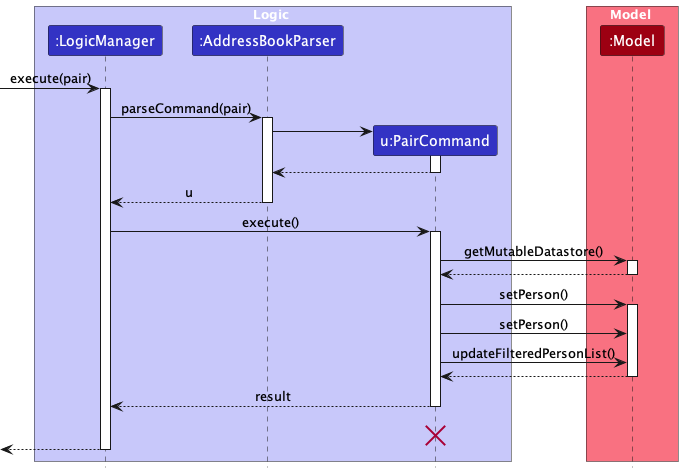
This is docs/images/PairSequenceDiagram-Logic.png from soons1/tp, a PlantUML export, as it was before one commit. Source of this version:
```plantuml
@startuml
!include style.puml
skinparam ArrowFontStyle plain

box Logic LOGIC_COLOR_T1
participant ":LogicManager" as LogicManager LOGIC_COLOR
participant ":AddressBookParser" as AddressBookParser LOGIC_COLOR
participant "u:PairCommand" as PairCommand LOGIC_COLOR
end box

box Model MODEL_COLOR_T1
participant ":Model" as Model MODEL_COLOR
end box
[-> LogicManager : execute(pair)
activate LogicManager

LogicManager -> AddressBookParser : parseCommand(pair)
activate AddressBookParser

create PairCommand
AddressBookParser -> PairCommand
activate PairCommand

PairCommand --> AddressBookParser
deactivate PairCommand

AddressBookParser --> LogicManager : u
deactivate AddressBookParser

LogicManager -> PairCommand : execute()
activate PairCommand

PairCommand -> Model : getMutableDatastore()
activate Model

Model --> PairCommand
deactivate Model

PairCommand -> Model : setPerson()
activate Model
PairCommand -> Model : setPerson()
PairCommand -> Model : updateFilteredPersonList()

Model --> PairCommand
deactivate Model

PairCommand --> LogicManager : result
deactivate PairCommand
PairCommand -[hidden]-> LogicManager : result
destroy PairCommand

[<--LogicManager
deactivate LogicManager
@enduml
```
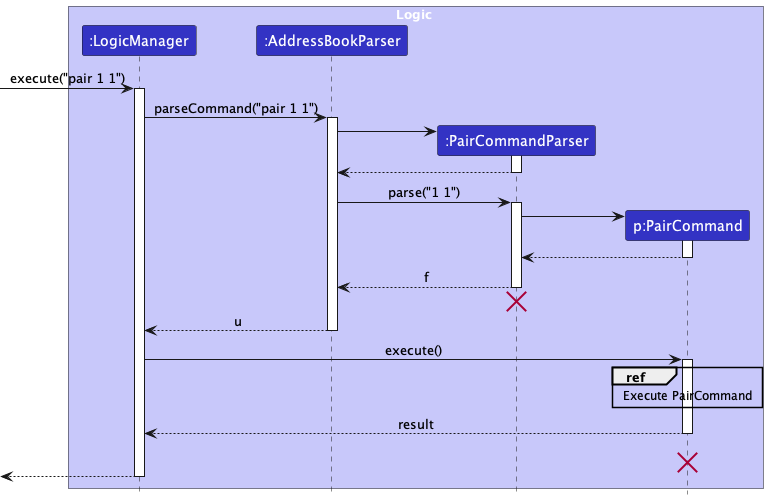
The same file after the commit.

Diff of the diagram source:
```diff
@@ -5,24 +5,36 @@
 box Logic LOGIC_COLOR_T1
 participant ":LogicManager" as LogicManager LOGIC_COLOR
 participant ":AddressBookParser" as AddressBookParser LOGIC_COLOR
-participant "u:PairCommand" as PairCommand LOGIC_COLOR
+participant ":PairCommandParser" as PairCommandParser LOGIC_COLOR
+participant "p:PairCommand" as PairCommand LOGIC_COLOR
 end box
 
-box Model MODEL_COLOR_T1
-participant ":Model" as Model MODEL_COLOR
-end box
-[-> LogicManager : execute(pair)
+[-> LogicManager : execute("pair 1 1")
 activate LogicManager
 
-LogicManager -> AddressBookParser : parseCommand(pair)
+LogicManager -> AddressBookParser : parseCommand("pair 1 1")
 activate AddressBookParser
 
+create PairCommandParser
+AddressBookParser -> PairCommandParser
+activate PairCommandParser
+PairCommandParser --> AddressBookParser
+deactivate PairCommandParser
+
+AddressBookParser -> PairCommandParser : parse("1 1")
+activate PairCommandParser
+
 create PairCommand
-AddressBookParser -> PairCommand
+PairCommandParser -> PairCommand
 activate PairCommand
 
-PairCommand --> AddressBookParser
+PairCommand --> PairCommandParser
 deactivate PairCommand
+
+PairCommandParser --> AddressBookParser : f
+deactivate PairCommandParser
+PairCommandParser -[hidden]-> AddressBookParser
+destroy PairCommandParser
 
 AddressBookParser --> LogicManager : u
 deactivate AddressBookParser
@@ -30,19 +42,9 @@
 LogicManager -> PairCommand : execute()
 activate PairCommand
 
-PairCommand -> Model : getMutableDatastore()
-activate Model
+ref over PairCommand : Execute PairCommand
 
-Model --> PairCommand
-deactivate Model
 
-PairCommand -> Model : setPerson()
-activate Model
-PairCommand -> Model : setPerson()
-PairCommand -> Model : updateFilteredPersonList()
-
-Model --> PairCommand
-deactivate Model
 
 PairCommand --> LogicManager : result
 deactivate PairCommand
```
